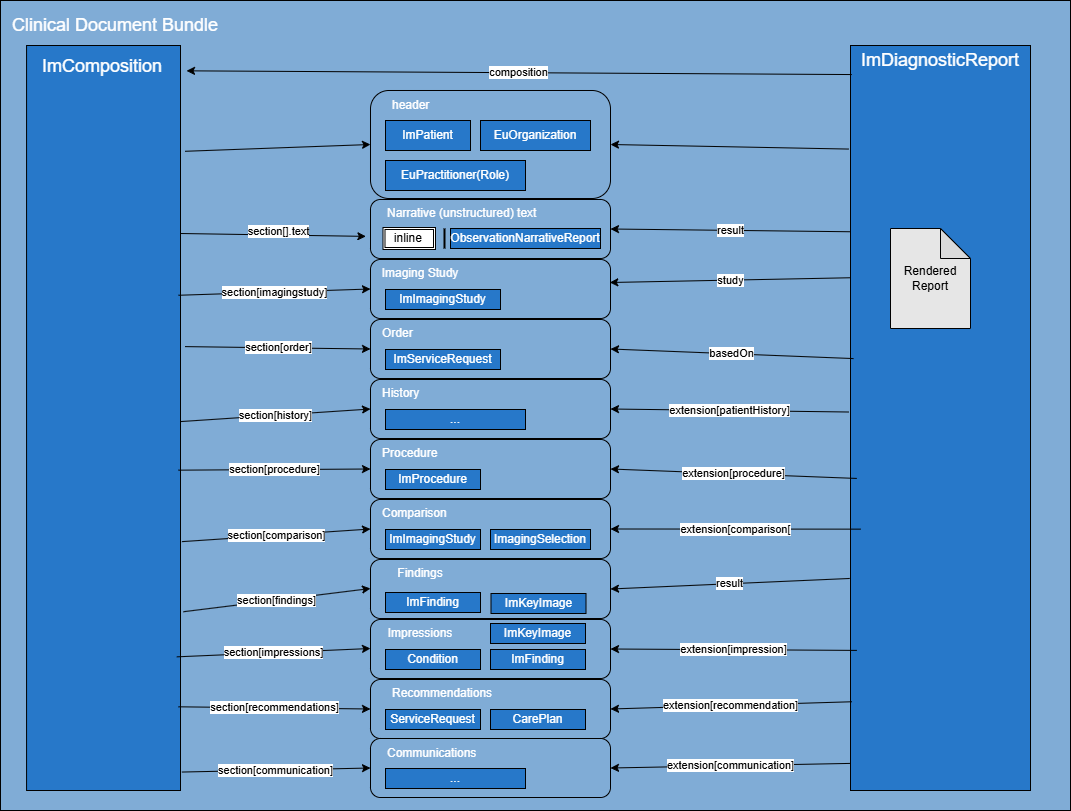
Above: input/images/imaging-report-overview.drawio.png in oijauregui/ehdsimaging-r5 (draw.io), before the change. Source tidied: cells renumbered, new cells last; positions are measured from the earlier drawing's top-left corner, leaving out a move shared by most shapes.
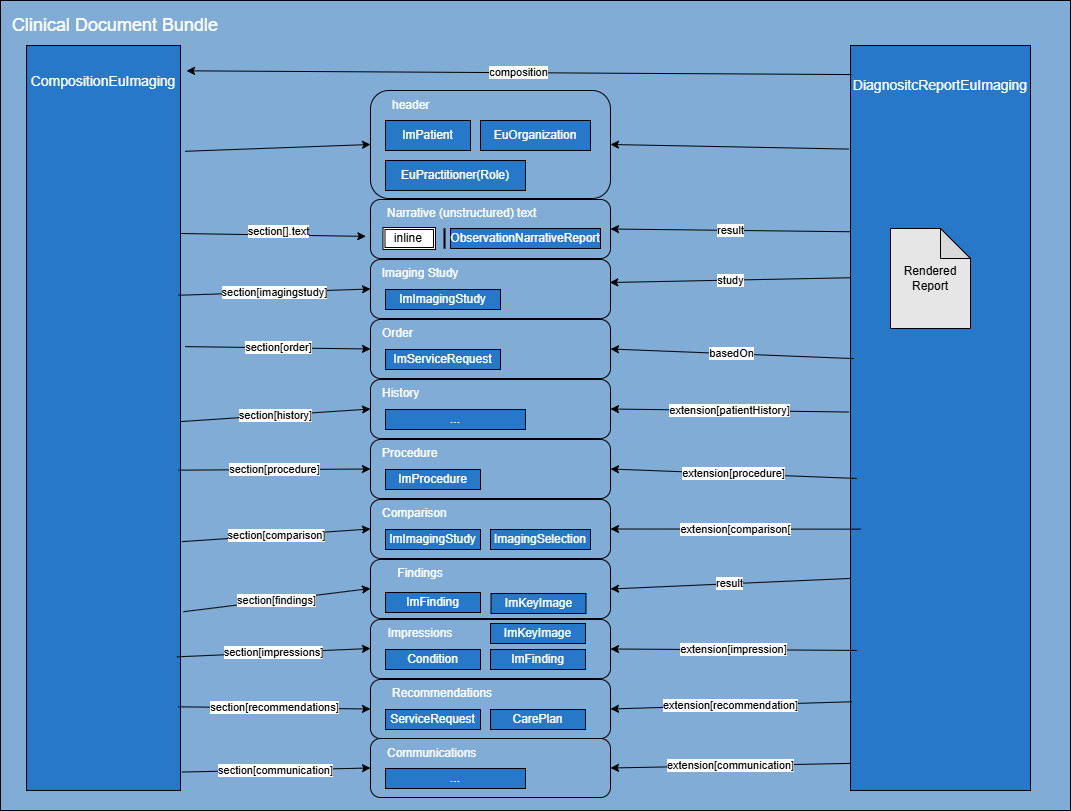
Above is the later version.

Commit message:
Auto-sync from imaging repository - commit 2898c540d2e0c2e75cc4eedc933b9d88a595c6c7

What changed in the source:
```diff
@@ -17,8 +17,8 @@
     <mxCell id="6" value="&lt;font style=&quot;font-size: 18px;&quot; color=&quot;#ffffff&quot;&gt;Clinical Document Bundle&lt;/font&gt;" style="text;html=1;align=center;verticalAlign=middle;whiteSpace=wrap;rounded=0;" parent="1" vertex="1">
       <mxGeometry y="10" width="230" height="30" as="geometry" />
     </mxCell>
-    <mxCell id="7" value="&lt;font style=&quot;font-size: 18px;&quot; color=&quot;#ffffff&quot;&gt;ImDiagnosticReport&lt;/font&gt;" style="text;html=1;align=center;verticalAlign=middle;whiteSpace=wrap;rounded=0;" parent="1" vertex="1">
-      <mxGeometry x="880" y="45" width="120" height="30" as="geometry" />
+    <mxCell id="7" value="&lt;font style=&quot;font-size: 14px;&quot; color=&quot;#ffffff&quot;&gt;DiagnositcReportEuImaging&lt;/font&gt;" style="text;html=1;align=center;verticalAlign=middle;whiteSpace=wrap;rounded=0;" parent="1" vertex="1">
+      <mxGeometry x="880" y="70" width="120" height="30" as="geometry" />
     </mxCell>
     <mxCell id="8" value="&lt;p&gt;&lt;font color=&quot;#ffffff&quot;&gt;ImImagingStudy&lt;/font&gt;&lt;/p&gt;" style="whiteSpace=wrap;html=1;fillColor=#2778C9;strokeColor=#000000;" parent="1" vertex="1">
       <mxGeometry x="385" y="289" width="115" height="20" as="geometry" />
@@ -104,8 +104,8 @@
     <mxCell id="35" value="&lt;p&gt;&lt;br&gt;&lt;/p&gt;" style="whiteSpace=wrap;html=1;fillColor=#2778C9;strokeColor=#000000;" parent="34" vertex="1">
       <mxGeometry x="6.1" width="153.9" height="745" as="geometry" />
     </mxCell>
-    <mxCell id="36" value="&lt;font style=&quot;font-size: 18px;&quot; color=&quot;#ffffff&quot;&gt;ImComposition&lt;/font&gt;" style="text;html=1;align=center;verticalAlign=middle;whiteSpace=wrap;rounded=0;" parent="34" vertex="1">
-      <mxGeometry width="163.9" height="42.9" as="geometry" />
+    <mxCell id="36" value="&lt;font style=&quot;font-size: 14px;&quot; color=&quot;#ffffff&quot;&gt;CompositionEuImaging&lt;/font&gt;" style="text;html=1;align=center;verticalAlign=middle;whiteSpace=wrap;rounded=0;" parent="34" vertex="1">
+      <mxGeometry x="1.1" y="15" width="163.9" height="42.9" as="geometry" />
     </mxCell>
     <mxCell id="37" value="&lt;span style=&quot;font-family: monospace; font-size: 0px; text-align: start; background-color: rgb(251, 251, 251);&quot;&gt;%3CmxGraphModel%3E%3Croot%3E%3CmxCell%20id%3D%220%22%2F%3E%3CmxCell%20id%3D%221%22%20parent%3D%220%22%2F%3E%3CmxCell%20id%3D%222%22%20value%3D%22section%5Border%5D%22%20style%3D%22edgeStyle%3Dnone%3Bhtml%3D1%3BentryX%3D0%3BentryY%3D0.5%3BentryDx%3D0%3BentryDy%3D0%3BexitX%3D1.03%3BexitY%3D0.346%3BexitDx%3D0%3BexitDy%3D0%3BexitPerimeter%3D0%3B%22%20edge%3D%221%22%20parent%3D%221%22%3E%3CmxGeometry%20relative%3D%221%22%20as%3D%22geometry%22%3E%3CmxPoint%20x%3D%22194.61789999999996%22%20y%3D%22356.124%22%20as%3D%22sourcePoint%22%2F%3E%3CmxPoint%20x%3D%22380%22%20y%3D%22359%22%20as%3D%22targetPoint%22%2F%3E%3C%2FmxGeometry%3E%3C%2FmxCell%3E%3C%2Froot%3E%3C%2FmxGraphModel%3E&lt;/span&gt;&lt;span style=&quot;font-family: monospace; font-size: 0px; text-align: start; background-color: rgb(251, 251, 251);&quot;&gt;%3CmxGraphModel%3E%3Croot%3E%3CmxCell%20id%3D%220%22%2F%3E%3CmxCell%20id%3D%221%22%20parent%3D%220%22%2F%3E%3CmxCell%20id%3D%222%22%20value%3D%22section%5Border%5D%22%20style%3D%22edgeStyle%3Dnone%3Bhtml%3D1%3BentryX%3D0%3BentryY%3D0.5%3BentryDx%3D0%3BentryDy%3D0%3BexitX%3D1.03%3BexitY%3D0.346%3BexitDx%3D0%3BexitDy%3D0%3BexitPerimeter%3D0%3B%22%20edge%3D%221%22%20parent%3D%221%22%3E%3CmxGeometry%20relative%3D%221%22%20as%3D%22geometry%22%3E%3CmxPoint%20x%3D%22194.61789999999996%22%20y%3D%22356.124%22%20as%3D%22sourcePoint%22%2F%3E%3CmxPoint%20x%3D%22380%22%20y%3D%22359%22%20as%3D%22targetPoint%22%2F%3E%3C%2FmxGeometry%3E%3C%2FmxCell%3E%3C%2Froot%3E%3C%2FmxGraphModel%3Esect&lt;/span&gt;" style="edgeStyle=none;html=1;entryX=0;entryY=0.5;entryDx=0;entryDy=0;exitX=1.03;exitY=0.346;exitDx=0;exitDy=0;exitPerimeter=0;" parent="34" edge="1">
       <mxGeometry relative="1" as="geometry">
```
